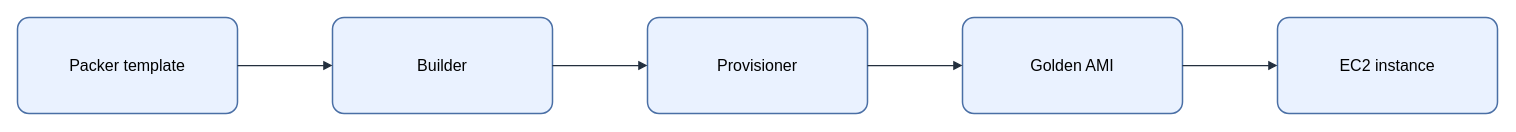
KKamJi98/kkamji98.github.io keeps this draw.io diagram as assets/img/iac/packer-golden-image-flow.drawio. Above is the earlier version. Source tidied: cells renumbered, new cells numbered last; positions are measured from the earlier drawing's top-left corner, leaving out a move shared by most shapes. Both pictures are drawn from the tidied source at 100%, with x=0, y=0 at pixel (17, 17).
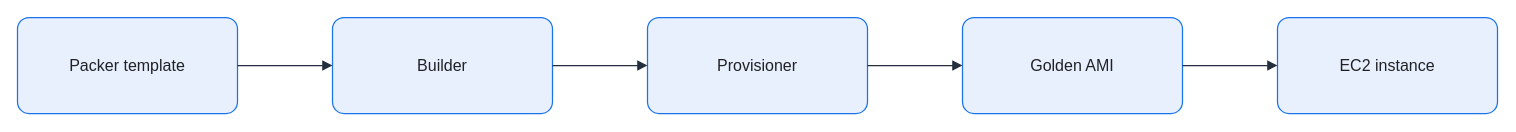
The same diagram, later.

Diff of the diagram source:
```diff
@@
 <mxGraphModel background="#FFFFFF">
   <root>
     <mxCell id="0" />
     <mxCell id="1" parent="0" />
-    <mxCell id="2" value="Packer template" style="rounded=1;arcSize=12;whiteSpace=wrap;html=0;fillColor=#EAF2FF;strokeColor=#4A6FA5;strokeWidth=1.5;fontColor=#000000;fontSize=16;align=center;verticalAlign=middle;spacing=8;shadow=0;" parent="1" vertex="1">
+    <mxCell id="2" value="Packer template" style="rounded=1;arcSize=12;whiteSpace=wrap;html=0;fillColor=#E8F0FE;strokeColor=#1A73E8;strokeWidth=1.25;fontColor=#202124;fontSize=16;align=center;verticalAlign=middle;spacing=8;shadow=0;" parent="1" vertex="1">
       <mxGeometry width="220" height="96" as="geometry" />
     </mxCell>
-    <mxCell id="3" value="Builder" style="rounded=1;arcSize=12;whiteSpace=wrap;html=0;fillColor=#EAF2FF;strokeColor=#4A6FA5;strokeWidth=1.5;fontColor=#000000;fontSize=16;align=center;verticalAlign=middle;spacing=8;shadow=0;" parent="1" vertex="1">
+    <mxCell id="3" value="Builder" style="rounded=1;arcSize=12;whiteSpace=wrap;html=0;fillColor=#E8F0FE;strokeColor=#1A73E8;strokeWidth=1.25;fontColor=#202124;fontSize=16;align=center;verticalAlign=middle;spacing=8;shadow=0;" parent="1" vertex="1">
       <mxGeometry x="315" width="220" height="96" as="geometry" />
     </mxCell>
-    <mxCell id="4" value="Provisioner" style="rounded=1;arcSize=12;whiteSpace=wrap;html=0;fillColor=#EAF2FF;strokeColor=#4A6FA5;strokeWidth=1.5;fontColor=#000000;fontSize=16;align=center;verticalAlign=middle;spacing=8;shadow=0;" parent="1" vertex="1">
+    <mxCell id="4" value="Provisioner" style="rounded=1;arcSize=12;whiteSpace=wrap;html=0;fillColor=#E8F0FE;strokeColor=#1A73E8;strokeWidth=1.25;fontColor=#202124;fontSize=16;align=center;verticalAlign=middle;spacing=8;shadow=0;" parent="1" vertex="1">
       <mxGeometry x="630" width="220" height="96" as="geometry" />
     </mxCell>
-    <mxCell id="5" value="Golden AMI" style="rounded=1;arcSize=12;whiteSpace=wrap;html=0;fillColor=#EAF2FF;strokeColor=#4A6FA5;strokeWidth=1.5;fontColor=#000000;fontSize=16;align=center;verticalAlign=middle;spacing=8;shadow=0;" parent="1" vertex="1">
+    <mxCell id="5" value="Golden AMI" style="rounded=1;arcSize=12;whiteSpace=wrap;html=0;fillColor=#E8F0FE;strokeColor=#1A73E8;strokeWidth=1.25;fontColor=#202124;fontSize=16;align=center;verticalAlign=middle;spacing=8;shadow=0;" parent="1" vertex="1">
       <mxGeometry x="945" width="220" height="96" as="geometry" />
     </mxCell>
-    <mxCell id="6" value="EC2 instance" style="rounded=1;arcSize=12;whiteSpace=wrap;html=0;fillColor=#EAF2FF;strokeColor=#4A6FA5;strokeWidth=1.5;fontColor=#000000;fontSize=16;align=center;verticalAlign=middle;spacing=8;shadow=0;" parent="1" vertex="1">
+    <mxCell id="6" value="EC2 instance" style="rounded=1;arcSize=12;whiteSpace=wrap;html=0;fillColor=#E8F0FE;strokeColor=#1A73E8;strokeWidth=1.25;fontColor=#202124;fontSize=16;align=center;verticalAlign=middle;spacing=8;shadow=0;" parent="1" vertex="1">
       <mxGeometry x="1260" width="220" height="96" as="geometry" />
     </mxCell>
-    <mxCell id="7" style="edgeStyle=orthogonalEdgeStyle;rounded=0;jettySize=auto;html=0;endArrow=block;endFill=1;strokeColor=#232F3E;strokeWidth=1.25;fontColor=#000000;labelBackgroundColor=none;exitX=1;exitY=0.5;exitDx=0;exitDy=0;entryX=0;entryY=0.5;entryDx=0;entryDy=0;" parent="1" edge="1" source="2" target="3">
+    <mxCell id="7" style="edgeStyle=orthogonalEdgeStyle;rounded=0;jettySize=auto;html=0;endArrow=block;endFill=1;strokeColor=#232F3E;strokeWidth=1.25;fontColor=#202124;labelBackgroundColor=none;exitX=1;exitY=0.5;exitDx=0;exitDy=0;entryX=0;entryY=0.5;entryDx=0;entryDy=0;endSize=7;" parent="1" edge="1" source="2" target="3">
       <mxGeometry relative="1" as="geometry" />
     </mxCell>
-    <mxCell id="8" style="edgeStyle=orthogonalEdgeStyle;rounded=0;jettySize=auto;html=0;endArrow=block;endFill=1;strokeColor=#232F3E;strokeWidth=1.25;fontColor=#000000;labelBackgroundColor=none;exitX=1;exitY=0.5;exitDx=0;exitDy=0;entryX=0;entryY=0.5;entryDx=0;entryDy=0;" parent="1" edge="1" source="3" target="4">
+    <mxCell id="8" style="edgeStyle=orthogonalEdgeStyle;rounded=0;jettySize=auto;html=0;endArrow=block;endFill=1;strokeColor=#232F3E;strokeWidth=1.25;fontColor=#202124;labelBackgroundColor=none;exitX=1;exitY=0.5;exitDx=0;exitDy=0;entryX=0;entryY=0.5;entryDx=0;entryDy=0;endSize=7;" parent="1" edge="1" source="3" target="4">
       <mxGeometry relative="1" as="geometry" />
     </mxCell>
-    <mxCell id="9" style="edgeStyle=orthogonalEdgeStyle;rounded=0;jettySize=auto;html=0;endArrow=block;endFill=1;strokeColor=#232F3E;strokeWidth=1.25;fontColor=#000000;labelBackgroundColor=none;exitX=1;exitY=0.5;exitDx=0;exitDy=0;entryX=0;entryY=0.5;entryDx=0;entryDy=0;" parent="1" edge="1" source="4" target="5">
+    <mxCell id="9" style="edgeStyle=orthogonalEdgeStyle;rounded=0;jettySize=auto;html=0;endArrow=block;endFill=1;strokeColor=#232F3E;strokeWidth=1.25;fontColor=#202124;labelBackgroundColor=none;exitX=1;exitY=0.5;exitDx=0;exitDy=0;entryX=0;entryY=0.5;entryDx=0;entryDy=0;endSize=7;" parent="1" edge="1" source="4" target="5">
       <mxGeometry relative="1" as="geometry" />
     </mxCell>
-    <mxCell id="10" style="edgeStyle=orthogonalEdgeStyle;rounded=0;jettySize=auto;html=0;endArrow=block;endFill=1;strokeColor=#232F3E;strokeWidth=1.25;fontColor=#000000;labelBackgroundColor=none;exitX=1;exitY=0.5;exitDx=0;exitDy=0;entryX=0;entryY=0.5;entryDx=0;entryDy=0;" parent="1" edge="1" source="5" target="6">
+    <mxCell id="10" style="edgeStyle=orthogonalEdgeStyle;rounded=0;jettySize=auto;html=0;endArrow=block;endFill=1;strokeColor=#232F3E;strokeWidth=1.25;fontColor=#202124;labelBackgroundColor=none;exitX=1;exitY=0.5;exitDx=0;exitDy=0;entryX=0;entryY=0.5;entryDx=0;entryDy=0;endSize=7;" parent="1" edge="1" source="5" target="6">
       <mxGeometry relative="1" as="geometry" />
     </mxCell>
   </root>
 </mxGraphModel>
```
